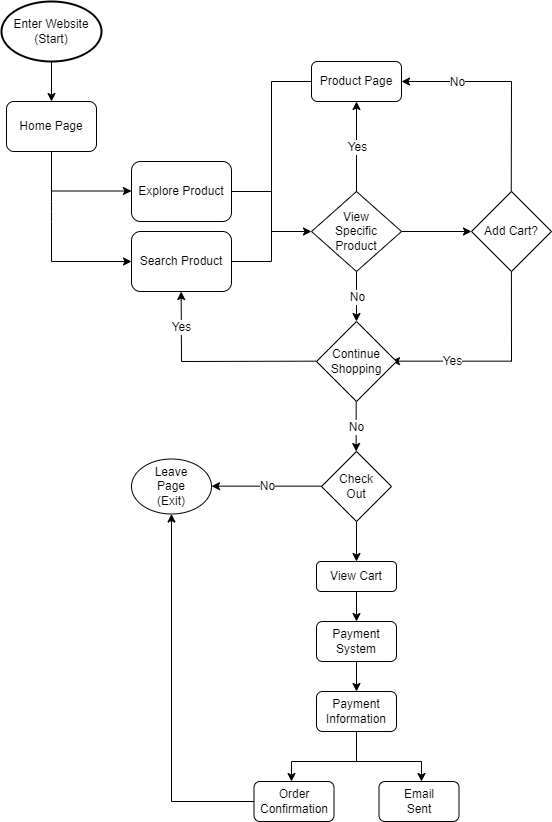
This is explore/diagramming/diagram.drawio.png from ahvuong/fa22-cse110-lab4, a draw.io export, as it was before one commit. Source tidied: cells renumbered, new cells last; positions are measured from the earlier drawing's top-left corner, leaving out a move shared by most shapes.
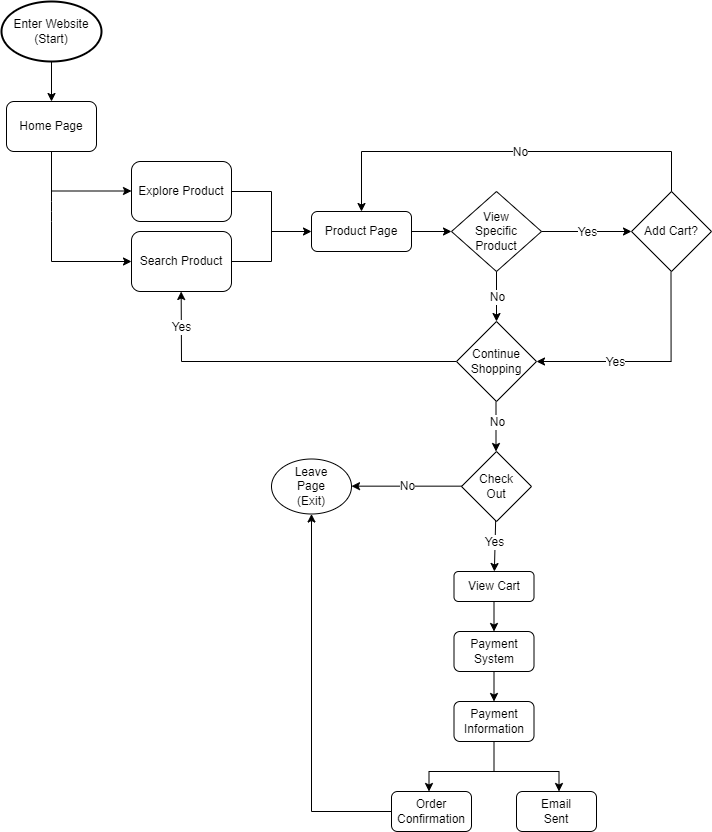
Above is the later version.

The edit, as a diff of the source:
```diff
@@ -49,7 +49,7 @@
     </mxCell>
     <mxCell id="12" style="endArrow=none;html=1;fontSize=12;" parent="1" edge="1">
       <mxGeometry relative="1" as="geometry">
-        <mxPoint x="270" y="80" as="sourcePoint" />
+        <mxPoint x="270" y="190" as="sourcePoint" />
         <mxPoint x="270" y="260" as="targetPoint" />
       </mxGeometry>
     </mxCell>
@@ -59,61 +59,52 @@
         <mxPoint x="310" y="230" as="targetPoint" />
       </mxGeometry>
     </mxCell>
-    <mxCell id="14" style="edgeStyle=none;html=1;fontSize=12;" parent="1" edge="1" source="15" target="16">
-      <mxGeometry relative="1" as="geometry" />
-    </mxCell>
     <mxCell id="15" value="View&lt;br&gt;Specific&lt;br&gt;Product" style="rhombus;whiteSpace=wrap;html=1;fontSize=12;" parent="1" vertex="1">
-      <mxGeometry x="310" y="190" width="90" height="80" as="geometry" />
+      <mxGeometry x="450" y="190" width="90" height="80" as="geometry" />
     </mxCell>
     <mxCell id="16" value="Add Cart?" style="rhombus;whiteSpace=wrap;html=1;fontSize=12;" parent="1" vertex="1">
-      <mxGeometry x="470" y="190" width="80" height="80" as="geometry" />
+      <mxGeometry x="630" y="190" width="80" height="80" as="geometry" />
     </mxCell>
+    <mxCell id="53" style="edgeStyle=none;html=1;" parent="1" edge="1" source="17" target="15">
+      <mxGeometry relative="1" as="geometry" />
+    </mxCell>
     <mxCell id="17" value="Product Page" style="rounded=1;whiteSpace=wrap;html=1;" parent="1" vertex="1">
-      <mxGeometry x="310" y="60" width="90" height="40" as="geometry" />
+      <mxGeometry x="310" y="210" width="100" height="40" as="geometry" />
     </mxCell>
     <mxCell id="18" style="endArrow=none;html=1;fontSize=12;" parent="1" edge="1">
       <mxGeometry relative="1" as="geometry">
-        <mxPoint x="509.8" y="190" as="sourcePoint" />
-        <mxPoint x="510" y="80" as="targetPoint" />
+        <mxPoint x="360" y="150" as="sourcePoint" />
+        <mxPoint x="670" y="150" as="targetPoint" />
       </mxGeometry>
     </mxCell>
-    <mxCell id="19" style="endArrow=classic;html=1;fontSize=12;entryX=1;entryY=0.5;entryDx=0;entryDy=0;" parent="1" edge="1" target="17">
+    <mxCell id="19" style="endArrow=classic;html=1;fontSize=12;entryX=0.5;entryY=0;entryDx=0;entryDy=0;" parent="1" edge="1" target="17">
       <mxGeometry relative="1" as="geometry">
-        <mxPoint x="510" y="80" as="sourcePoint" />
+        <mxPoint x="360" y="150" as="sourcePoint" />
       </mxGeometry>
     </mxCell>
     <mxCell id="20" value="No" style="edgeLabel;html=1;align=center;verticalAlign=middle;fontSize=12;" parent="19" vertex="1">
-      <mxGeometry relative="1" as="geometry" />
+      <mxGeometry relative="1" as="geometry">
+        <mxPoint x="158" y="-30" as="offset" />
+      </mxGeometry>
     </mxCell>
-    <mxCell id="21" style="endArrow=classic;html=1;fontSize=12;exitX=0.5;exitY=0;exitDx=0;exitDy=0;entryX=0.5;entryY=1;entryDx=0;entryDy=0;" parent="1" edge="1" source="15" target="17">
+    <mxCell id="21" style="endArrow=classic;html=1;fontSize=12;exitX=1;exitY=0.5;exitDx=0;exitDy=0;entryX=0;entryY=0.5;entryDx=0;entryDy=0;" parent="1" edge="1" source="15" target="16">
       <mxGeometry relative="1" as="geometry" />
     </mxCell>
     <mxCell id="22" value="Yes" style="edgeLabel;html=1;align=center;verticalAlign=middle;fontSize=12;" parent="21" vertex="1">
       <mxGeometry relative="1" as="geometry" />
     </mxCell>
-    <mxCell id="23" style="endArrow=classic;html=1;fontSize=12;exitX=0.5;exitY=1;exitDx=0;exitDy=0;" parent="1" edge="1" source="15">
-      <mxGeometry relative="1" as="geometry">
-        <mxPoint x="355" y="320" as="targetPoint" />
-      </mxGeometry>
+    <mxCell id="23" style="endArrow=classic;html=1;fontSize=12;exitX=0.5;exitY=1;exitDx=0;exitDy=0;entryX=0.5;entryY=0;entryDx=0;entryDy=0;" parent="1" edge="1" source="15" target="33">
+      <mxGeometry relative="1" as="geometry" />
     </mxCell>
     <mxCell id="24" value="No" style="edgeLabel;html=1;align=center;verticalAlign=middle;fontSize=12;" parent="23" vertex="1">
       <mxGeometry relative="1" as="geometry" />
     </mxCell>
     <mxCell id="25" style="endArrow=none;html=1;fontSize=12;" parent="1" edge="1">
       <mxGeometry relative="1" as="geometry">
-        <mxPoint x="510" y="360" as="sourcePoint" />
-        <mxPoint x="509.9" y="270" as="targetPoint" />
+        <mxPoint x="669.6" y="360" as="sourcePoint" />
+        <mxPoint x="669.5" y="270" as="targetPoint" />
       </mxGeometry>
     </mxCell>
-    <mxCell id="26" style="endArrow=classic;html=1;fontSize=12;" parent="1" edge="1">
-      <mxGeometry relative="1" as="geometry">
-        <mxPoint x="510" y="359.7" as="sourcePoint" />
-        <mxPoint x="390" y="359.7" as="targetPoint" />
-      </mxGeometry>
-    </mxCell>
-    <mxCell id="27" value="Yes" style="edgeLabel;html=1;align=center;verticalAlign=middle;fontSize=12;" parent="26" vertex="1">
-      <mxGeometry relative="1" as="geometry" />
-    </mxCell>
     <mxCell id="28" style="endArrow=classic;html=1;fontSize=12;entryX=0.5;entryY=1;entryDx=0;entryDy=0;" parent="1" edge="1">
       <mxGeometry relative="1" as="geometry">
         <mxPoint x="180" y="360" as="sourcePoint" />
@@ -123,100 +114,117 @@
     <mxCell id="29" value="Yes" style="edgeLabel;html=1;align=center;verticalAlign=middle;fontSize=12;" parent="28" vertex="1">
       <mxGeometry relative="1" as="geometry" />
     </mxCell>
-    <mxCell id="30" style="endArrow=none;html=1;fontSize=12;entryX=0;entryY=0.5;entryDx=0;entryDy=0;" parent="1" edge="1">
+    <mxCell id="30" style="endArrow=none;html=1;fontSize=12;entryX=0;entryY=0.5;entryDx=0;entryDy=0;" parent="1" edge="1" target="33">
       <mxGeometry relative="1" as="geometry">
         <mxPoint x="180" y="360" as="sourcePoint" />
-        <mxPoint x="315" y="359.7" as="targetPoint" />
       </mxGeometry>
     </mxCell>
     <mxCell id="31" style="endArrow=classic;html=1;fontSize=12;exitX=0.5;exitY=1;exitDx=0;exitDy=0;" parent="1" edge="1">
       <mxGeometry relative="1" as="geometry">
-        <mxPoint x="354.7" y="400" as="sourcePoint" />
-        <mxPoint x="354.7" y="450" as="targetPoint" />
+        <mxPoint x="494.5" y="400" as="sourcePoint" />
+        <mxPoint x="494.5" y="450" as="targetPoint" />
       </mxGeometry>
     </mxCell>
     <mxCell id="32" value="No" style="edgeLabel;html=1;align=center;verticalAlign=middle;fontSize=12;" parent="31" vertex="1">
-      <mxGeometry relative="1" as="geometry" />
+      <mxGeometry relative="1" as="geometry">
+        <mxPoint x="1" y="-5" as="offset" />
+      </mxGeometry>
     </mxCell>
-    <mxCell id="33" value="Continue&lt;br&gt;Shopping" style="rhombus;whiteSpace=wrap;html=1;fontSize=12;" parent="1" vertex="1">
-      <mxGeometry x="315" y="320" width="80" height="80" as="geometry" />
-    </mxCell>
     <mxCell id="34" style="edgeStyle=none;html=1;fontSize=12;" parent="1" edge="1" source="35" target="37">
       <mxGeometry relative="1" as="geometry" />
     </mxCell>
     <mxCell id="35" value="Check&lt;br&gt;Out" style="rhombus;whiteSpace=wrap;html=1;fontSize=12;" parent="1" vertex="1">
-      <mxGeometry x="320" y="450" width="70" height="70" as="geometry" />
+      <mxGeometry x="460" y="450" width="70" height="70" as="geometry" />
     </mxCell>
     <mxCell id="36" style="edgeStyle=none;html=1;fontSize=12;" parent="1" edge="1" source="37" target="39">
       <mxGeometry relative="1" as="geometry" />
     </mxCell>
     <mxCell id="37" value="View Cart" style="rounded=1;whiteSpace=wrap;html=1;" parent="1" vertex="1">
-      <mxGeometry x="315" y="560" width="80" height="30" as="geometry" />
+      <mxGeometry x="452.5" y="570" width="80" height="30" as="geometry" />
     </mxCell>
     <mxCell id="38" style="edgeStyle=none;html=1;fontSize=12;" parent="1" edge="1" source="39" target="40">
       <mxGeometry relative="1" as="geometry" />
     </mxCell>
     <mxCell id="39" value="Payment&lt;br&gt;System" style="rounded=1;whiteSpace=wrap;html=1;" parent="1" vertex="1">
-      <mxGeometry x="315" y="620" width="80" height="40" as="geometry" />
+      <mxGeometry x="452.5" y="630" width="80" height="40" as="geometry" />
     </mxCell>
     <mxCell id="40" value="Payment&lt;br&gt;Information" style="rounded=1;whiteSpace=wrap;html=1;" parent="1" vertex="1">
-      <mxGeometry x="315" y="690" width="80" height="40" as="geometry" />
+      <mxGeometry x="452.5" y="700" width="80" height="40" as="geometry" />
     </mxCell>
     <mxCell id="41" value="Order&lt;br&gt;Confirmation" style="rounded=1;whiteSpace=wrap;html=1;" parent="1" vertex="1">
-      <mxGeometry x="252.5" y="780" width="80" height="40" as="geometry" />
+      <mxGeometry x="390" y="790" width="80" height="40" as="geometry" />
     </mxCell>
     <mxCell id="42" value="Email&lt;br&gt;Sent" style="rounded=1;whiteSpace=wrap;html=1;" parent="1" vertex="1">
-      <mxGeometry x="377.5" y="780" width="80" height="40" as="geometry" />
+      <mxGeometry x="515" y="790" width="80" height="40" as="geometry" />
     </mxCell>
     <mxCell id="43" style="endArrow=none;html=1;fontSize=12;entryX=0.5;entryY=1;entryDx=0;entryDy=0;" parent="1" edge="1" target="40">
       <mxGeometry relative="1" as="geometry">
-        <mxPoint x="355" y="760" as="sourcePoint" />
+        <mxPoint x="492.5" y="770" as="sourcePoint" />
       </mxGeometry>
     </mxCell>
     <mxCell id="44" style="endArrow=none;html=1;fontSize=12;" parent="1" edge="1">
       <mxGeometry relative="1" as="geometry">
-        <mxPoint x="290" y="760" as="sourcePoint" />
-        <mxPoint x="420" y="760" as="targetPoint" />
+        <mxPoint x="427.5" y="770" as="sourcePoint" />
+        <mxPoint x="557.5" y="770" as="targetPoint" />
       </mxGeometry>
     </mxCell>
     <mxCell id="45" style="endArrow=classic;html=1;fontSize=12;" parent="1" edge="1">
       <mxGeometry relative="1" as="geometry">
-        <mxPoint x="290" y="760" as="sourcePoint" />
-        <mxPoint x="290" y="780" as="targetPoint" />
+        <mxPoint x="427.5" y="770" as="sourcePoint" />
+        <mxPoint x="427.5" y="790" as="targetPoint" />
       </mxGeometry>
     </mxCell>
     <mxCell id="46" style="endArrow=classic;html=1;fontSize=12;" parent="1" edge="1">
       <mxGeometry relative="1" as="geometry">
-        <mxPoint x="420" y="760" as="sourcePoint" />
-        <mxPoint x="420" y="780" as="targetPoint" />
+        <mxPoint x="557.5" y="770" as="sourcePoint" />
+        <mxPoint x="557.5" y="790" as="targetPoint" />
       </mxGeometry>
     </mxCell>
     <mxCell id="47" style="endArrow=classic;html=1;fontSize=12;entryX=1;entryY=0.5;entryDx=0;entryDy=0;" parent="1" edge="1">
       <mxGeometry relative="1" as="geometry">
-        <mxPoint x="320" y="484.7" as="sourcePoint" />
-        <mxPoint x="210" y="484.7" as="targetPoint" />
+        <mxPoint x="460" y="484.7" as="sourcePoint" />
+        <mxPoint x="350" y="484.7" as="targetPoint" />
       </mxGeometry>
     </mxCell>
     <mxCell id="48" value="No" style="edgeLabel;html=1;align=center;verticalAlign=middle;fontSize=12;" parent="47" vertex="1">
       <mxGeometry relative="1" as="geometry" />
     </mxCell>
     <mxCell id="49" value="Leave&lt;br&gt;Page&lt;br&gt;(Exit)" style="ellipse;whiteSpace=wrap;html=1;fontSize=12;" parent="1" vertex="1">
-      <mxGeometry x="130" y="457.5" width="80" height="55" as="geometry" />
+      <mxGeometry x="270" y="457.5" width="80" height="55" as="geometry" />
     </mxCell>
     <mxCell id="50" style="endArrow=none;html=1;fontSize=12;exitX=0;exitY=0.5;exitDx=0;exitDy=0;" parent="1" edge="1" source="41">
       <mxGeometry relative="1" as="geometry">
-        <mxPoint x="170" y="800" as="targetPoint" />
+        <mxPoint x="310" y="810" as="targetPoint" />
       </mxGeometry>
     </mxCell>
     <mxCell id="51" style="endArrow=classic;html=1;fontSize=12;entryX=0.5;entryY=1;entryDx=0;entryDy=0;" parent="1" edge="1" target="49">
       <mxGeometry relative="1" as="geometry">
-        <mxPoint x="170" y="800" as="sourcePoint" />
+        <mxPoint x="310" y="810" as="sourcePoint" />
       </mxGeometry>
     </mxCell>
-    <mxCell id="52" style="endArrow=none;html=1;fontSize=12;entryX=0;entryY=0.5;entryDx=0;entryDy=0;" parent="1" edge="1" target="17">
-      <mxGeometry relative="1" as="geometry">
-        <mxPoint x="270" y="80" as="sourcePoint" />
-      </mxGeometry>
-    </mxCell>
+    <mxCell id="33" value="Continue&lt;br&gt;Shopping" style="rhombus;whiteSpace=wrap;html=1;fontSize=12;" parent="1" vertex="1">
+      <mxGeometry x="455" y="320" width="80" height="80" as="geometry" />
+    </mxCell>
+    <mxCell id="54" style="edgeStyle=none;html=1;entryX=1;entryY=0.5;entryDx=0;entryDy=0;" parent="1" edge="1" target="33">
+      <mxGeometry relative="1" as="geometry">
+        <mxPoint x="670" y="360" as="sourcePoint" />
+      </mxGeometry>
+    </mxCell>
+    <mxCell id="55" style="endArrow=none;html=1;" parent="1" edge="1">
+      <mxGeometry relative="1" as="geometry">
+        <mxPoint x="670" y="150" as="sourcePoint" />
+        <mxPoint x="670" y="190" as="targetPoint" />
+      </mxGeometry>
+    </mxCell>
+    <mxCell id="56" value="Yes" style="edgeLabel;html=1;align=center;verticalAlign=middle;fontSize=12;" parent="1" vertex="1">
+      <mxGeometry x="595" y="240" as="geometry">
+        <mxPoint x="18" y="120" as="offset" />
+      </mxGeometry>
+    </mxCell>
+    <mxCell id="57" value="Yes" style="edgeLabel;html=1;align=center;verticalAlign=middle;fontSize=12;" parent="1" vertex="1">
+      <mxGeometry x="610" y="250" as="geometry">
+        <mxPoint x="-118" y="290" as="offset" />
+      </mxGeometry>
+    </mxCell>
   </root>
 </mxGraphModel>
```
